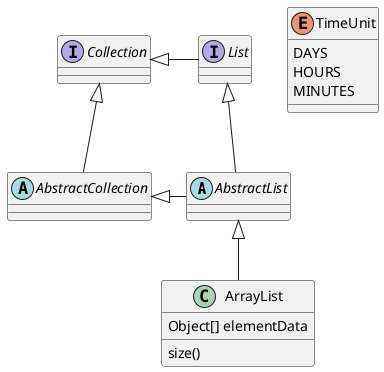
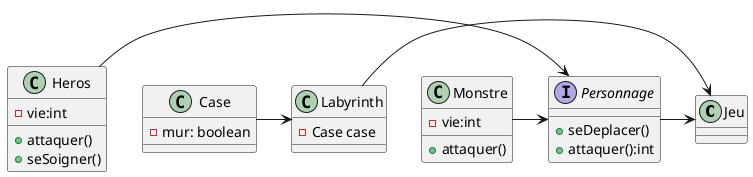
@startuml
'https://plantuml.com/class-diagram

- abstract class AbstractList
- abstract AbstractCollection
- interface List
- interface Collection
+ class Jeu

- List <|-- AbstractList
- Collection <|-- AbstractCollection
- 
- Collection <|- List
- AbstractCollection <|- AbstractList
- AbstractList <|-- ArrayList
- 
- class ArrayList {
- Object[] elementData
- size()
+ interface Personnage{
+ +seDeplacer()
+ +attaquer():int
+ }
+ class Heros{
+ -vie:int
+ +attaquer()
+ +seSoigner()
+ }
+ class Monstre{
+ -vie:int
+ +attaquer()
}

- enum TimeUnit {
- DAYS
- HOURS
- MINUTES
+ class Labyrinth{
+ -Case case
+ }
+ class Case{
+ -mur: boolean
}

+ Heros -> Personnage
+ Monstre -> Personnage
+ Personnage -> Jeu
+ Case -> Labyrinth
+ Labyrinth -> Jeu
+ 
+ 
+ 
@enduml